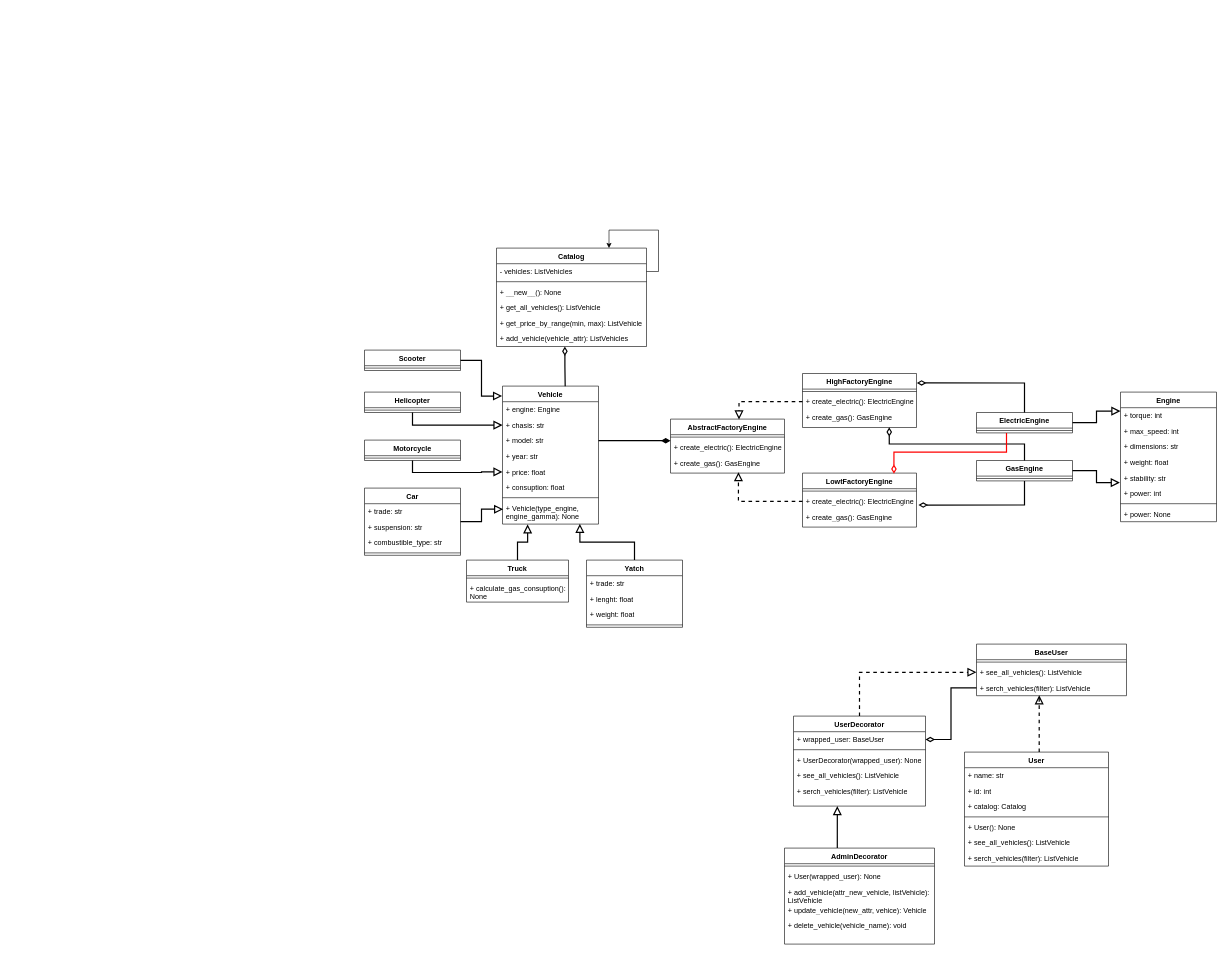
YoshiK13/UD_Classes keeps this draw.io diagram as Software Design/Workshops/Workshop 3/SD_Workshop_3.drawio. Above is the earlier version. Source tidied: cells renumbered, new cells numbered last; positions are measured from the earlier drawing's top-left corner, leaving out a move shared by most shapes. Both pictures are drawn from the tidied source at 60%, with x=0, y=0 at pixel (364, 230).
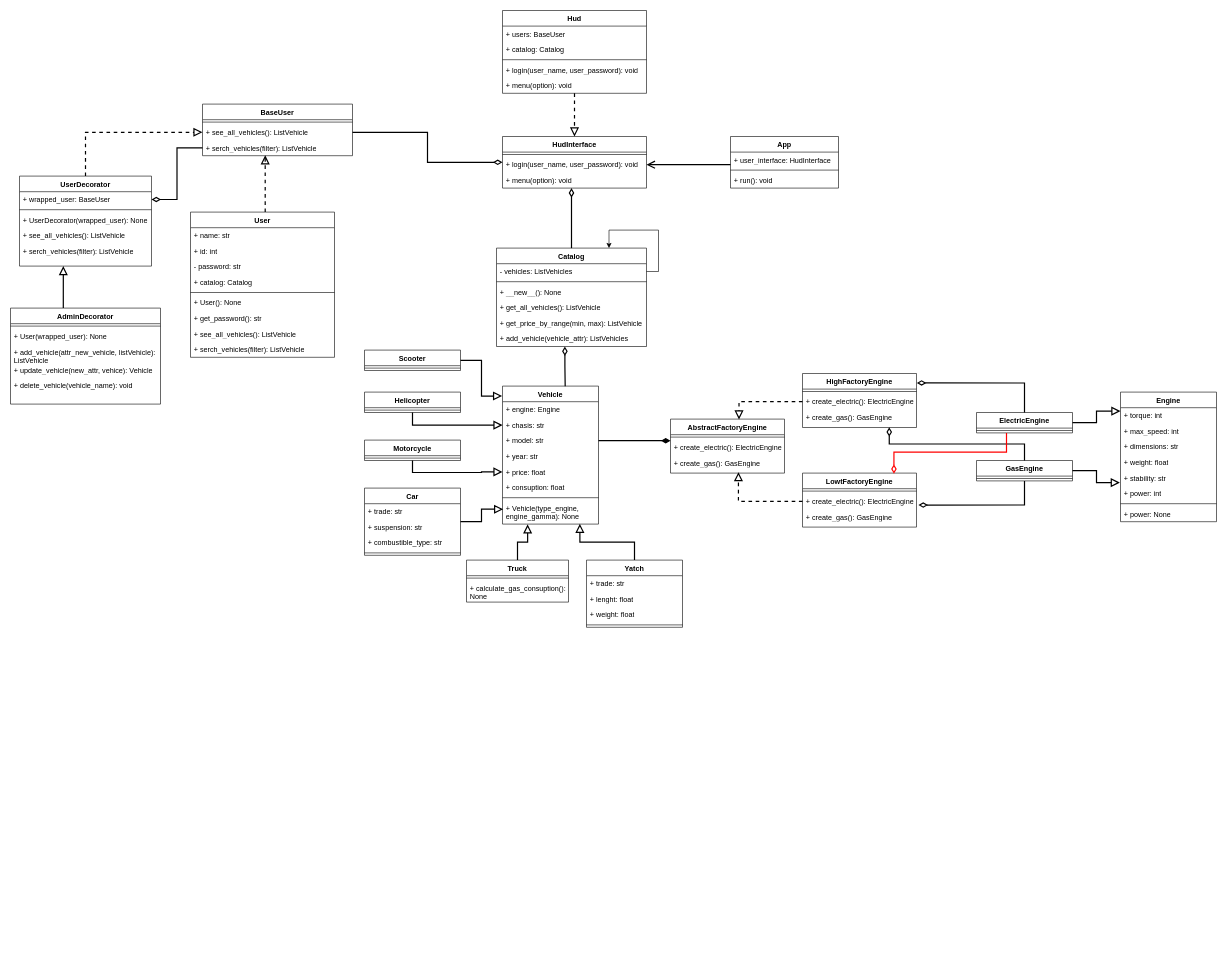
Above is the later version.

The change refers to these unchanged cells:
```xml
<mxCell id="70" value="Catalog" style="swimlane;fontStyle=1;align=center;verticalAlign=top;horizontal=1;startSize=26;whiteSpace=wrap;html=1;" parent="1" vertex="1">
  <mxGeometry x="220" y="30" width="250" height="164" as="geometry" />
</mxCell>
<mxCell id="92" value="+ serch_vehicles(filter): ListVehicle" style="text;strokeColor=none;fillColor=none;align=left;verticalAlign=top;spacingLeft=4;spacingRight=4;overflow=hidden;points=[[0,0.5],[1,0.5]];portConstraint=eastwest;whiteSpace=wrap;html=1;" parent="87" vertex="1">
  <mxGeometry y="112" width="220" height="38" as="geometry" />
</mxCell>
<mxCell id="101" value="+ see_all_vehicles(): ListVehicle" style="text;strokeColor=none;fillColor=none;align=left;verticalAlign=top;spacingLeft=4;spacingRight=4;overflow=hidden;points=[[0,0.5],[1,0.5]];portConstraint=eastwest;whiteSpace=wrap;html=1;" parent="99" vertex="1">
  <mxGeometry y="34" width="250" height="26" as="geometry" />
</mxCell>
<mxCell id="102" value="+ serch_vehicles(filter): ListVehicle" style="text;strokeColor=none;fillColor=none;align=left;verticalAlign=top;spacingLeft=4;spacingRight=4;overflow=hidden;points=[[0,0.5],[1,0.5]];portConstraint=eastwest;whiteSpace=wrap;html=1;" parent="99" vertex="1">
  <mxGeometry y="60" width="250" height="26" as="geometry" />
</mxCell>
```

The edit, as a diff of the source:
```diff
@@
     <mxCell id="78" value="User" style="swimlane;fontStyle=1;align=center;verticalAlign=top;horizontal=1;startSize=26;whiteSpace=wrap;html=1;" parent="1" vertex="1">
-      <mxGeometry x="1000" y="870" width="240" height="190" as="geometry" />
+      <mxGeometry x="-290" y="-30" width="240" height="242" as="geometry" />
     </mxCell>
@@
+    <mxCell id="107" value="- password: str" style="text;strokeColor=none;fillColor=none;align=left;verticalAlign=top;spacingLeft=4;spacingRight=4;overflow=hidden;whiteSpace=wrap;html=1;" parent="78" vertex="1">
+      <mxGeometry y="78" width="240" height="26" as="geometry" />
+    </mxCell>
     <mxCell id="81" value="+ catalog: Catalog" style="text;strokeColor=none;fillColor=none;align=left;verticalAlign=top;spacingLeft=4;spacingRight=4;overflow=hidden;whiteSpace=wrap;html=1;" parent="78" vertex="1">
-      <mxGeometry y="78" width="240" height="26" as="geometry" />
+      <mxGeometry y="104" width="240" height="26" as="geometry" />
     </mxCell>
     <mxCell id="82" style="line;strokeWidth=1;fillColor=none;align=left;verticalAlign=middle;spacingTop=-1;spacingLeft=3;spacingRight=3;labelPosition=right;strokeColor=inherit;" parent="78" vertex="1">
-      <mxGeometry y="104" width="240" height="8" as="geometry" />
+      <mxGeometry y="130" width="240" height="8" as="geometry" />
     </mxCell>
     <mxCell id="83" value="+ User(): None" style="text;strokeColor=none;fillColor=none;align=left;verticalAlign=top;spacingLeft=4;spacingRight=4;overflow=hidden;whiteSpace=wrap;html=1;" parent="78" vertex="1">
-      <mxGeometry y="112" width="240" height="26" as="geometry" />
+      <mxGeometry y="138" width="240" height="26" as="geometry" />
     </mxCell>
+    <mxCell id="108" value="+ get_password(): str" style="text;strokeColor=none;fillColor=none;align=left;verticalAlign=top;spacingLeft=4;spacingRight=4;overflow=hidden;whiteSpace=wrap;html=1;" parent="78" vertex="1">
+      <mxGeometry y="164" width="240" height="26" as="geometry" />
+    </mxCell>
     <mxCell id="84" value="+ see_all_vehicles(): ListVehicle" style="text;strokeColor=none;fillColor=none;align=left;verticalAlign=top;spacingLeft=4;spacingRight=4;overflow=hidden;whiteSpace=wrap;html=1;" parent="78" vertex="1">
-      <mxGeometry y="138" width="240" height="26" as="geometry" />
+      <mxGeometry y="190" width="240" height="26" as="geometry" />
     </mxCell>
     <mxCell id="85" value="+ serch_vehicles(filter): ListVehicle" style="text;strokeColor=none;fillColor=none;align=left;verticalAlign=top;spacingLeft=4;spacingRight=4;overflow=hidden;whiteSpace=wrap;html=1;" parent="78" vertex="1">
-      <mxGeometry y="164" width="240" height="26" as="geometry" />
+      <mxGeometry y="216" width="240" height="26" as="geometry" />
     </mxCell>
@@
     <mxCell id="87" value="UserDecorator" style="swimlane;fontStyle=1;align=center;verticalAlign=top;horizontal=1;startSize=26;whiteSpace=wrap;html=1;" parent="1" vertex="1">
-      <mxGeometry x="715" y="810" width="220" height="150" as="geometry" />
+      <mxGeometry x="-575" y="-90" width="220" height="150" as="geometry" />
     </mxCell>
@@
     <mxCell id="93" value="AdminDecorator" style="swimlane;fontStyle=1;align=center;verticalAlign=top;horizontal=1;startSize=26;whiteSpace=wrap;html=1;" parent="1" vertex="1">
-      <mxGeometry x="700" y="1030" width="250" height="160" as="geometry" />
+      <mxGeometry x="-590" y="130" width="250" height="160" as="geometry" />
     </mxCell>
@@
     <mxCell id="99" value="BaseUser" style="swimlane;fontStyle=1;align=center;verticalAlign=top;horizontal=1;startSize=26;whiteSpace=wrap;html=1;" parent="1" vertex="1">
-      <mxGeometry x="1020" y="690" width="250" height="86" as="geometry" />
+      <mxGeometry x="-270" y="-210" width="250" height="86" as="geometry" />
     </mxCell>
@@
     <mxCell id="104" style="edgeStyle=orthogonalEdgeStyle;rounded=0;jettySize=auto;html=1;entryX=0.418;entryY=0.973;entryDx=0;entryDy=0;entryPerimeter=0;strokeWidth=2;endSize=10;startSize=10;endArrow=block;endFill=0;dashed=1;" parent="1" edge="1" source="78" target="102">
       <mxGeometry relative="1" as="geometry">
         <Array as="points">
-          <mxPoint x="1125" y="777" />
+          <mxPoint x="-165" y="-123" />
         </Array>
       </mxGeometry>
     </mxCell>
     <mxCell id="105" style="edgeStyle=orthogonalEdgeStyle;rounded=0;jettySize=auto;html=1;entryX=0.332;entryY=1;entryDx=0;entryDy=0;entryPerimeter=0;strokeWidth=2;endSize=10;startSize=10;endArrow=block;endFill=0;" parent="1" edge="1" source="93" target="92">
       <mxGeometry relative="1" as="geometry">
         <Array as="points">
-          <mxPoint x="788" y="1010" />
-          <mxPoint x="788" y="1010" />
+          <mxPoint x="-502" y="110" />
+          <mxPoint x="-502" y="110" />
         </Array>
       </mxGeometry>
     </mxCell>
@@
+    <mxCell id="109" style="edgeStyle=orthogonalEdgeStyle;rounded=0;jettySize=auto;html=1;entryX=1;entryY=0.5;entryDx=0;entryDy=0;strokeWidth=2;endSize=10;startSize=10;endArrow=none;endFill=0;startArrow=diamondThin;startFill=0;" parent="1" edge="1" source="111" target="101">
+      <mxGeometry relative="1" as="geometry" />
+    </mxCell>
+    <mxCell id="110" style="edgeStyle=orthogonalEdgeStyle;rounded=0;jettySize=auto;html=1;endArrow=none;endFill=0;strokeWidth=2;endSize=10;startSize=10;startArrow=diamondThin;startFill=0;" parent="1" edge="1" source="111" target="70">
+      <mxGeometry relative="1" as="geometry">
+        <Array as="points">
+          <mxPoint x="345" y="-40" />
+          <mxPoint x="345" y="-40" />
+        </Array>
+      </mxGeometry>
+    </mxCell>
+    <mxCell id="111" value="HudInterface" style="swimlane;fontStyle=1;align=center;verticalAlign=top;horizontal=1;startSize=26;whiteSpace=wrap;html=1;" parent="1" vertex="1">
+      <mxGeometry x="230" y="-156" width="240" height="86" as="geometry" />
+    </mxCell>
+    <mxCell id="112" style="line;strokeWidth=1;fillColor=none;align=left;verticalAlign=middle;spacingTop=-1;spacingLeft=3;spacingRight=3;labelPosition=right;strokeColor=inherit;" parent="111" vertex="1">
+      <mxGeometry y="26" width="240" height="8" as="geometry" />
+    </mxCell>
+    <mxCell id="113" value="+ login(user_name, user_password): void" style="text;strokeColor=none;fillColor=none;align=left;verticalAlign=top;spacingLeft=4;spacingRight=4;overflow=hidden;points=[[0,0.5],[1,0.5]];portConstraint=eastwest;whiteSpace=wrap;html=1;" parent="111" vertex="1">
+      <mxGeometry y="34" width="240" height="26" as="geometry" />
+    </mxCell>
+    <mxCell id="114" value="+ menu(option): void" style="text;strokeColor=none;fillColor=none;align=left;verticalAlign=top;spacingLeft=4;spacingRight=4;overflow=hidden;whiteSpace=wrap;html=1;" parent="111" vertex="1">
+      <mxGeometry y="60" width="240" height="26" as="geometry" />
+    </mxCell>
+    <mxCell id="115" style="edgeStyle=orthogonalEdgeStyle;rounded=0;jettySize=auto;html=1;entryX=0.5;entryY=0;entryDx=0;entryDy=0;strokeWidth=2;endSize=10;startSize=10;dashed=1;endArrow=block;endFill=0;" parent="1" edge="1" source="116" target="111">
+      <mxGeometry relative="1" as="geometry" />
+    </mxCell>
+    <mxCell id="116" value="Hud" style="swimlane;fontStyle=1;align=center;verticalAlign=top;horizontal=1;startSize=26;whiteSpace=wrap;html=1;" parent="1" vertex="1">
+      <mxGeometry x="230" y="-366" width="240" height="138" as="geometry" />
+    </mxCell>
+    <mxCell id="117" value="+ users: BaseUser" style="text;strokeColor=none;fillColor=none;align=left;verticalAlign=top;spacingLeft=4;spacingRight=4;overflow=hidden;whiteSpace=wrap;html=1;" parent="116" vertex="1">
+      <mxGeometry y="26" width="240" height="26" as="geometry" />
+    </mxCell>
+    <mxCell id="118" value="+ catalog: Catalog" style="text;strokeColor=none;fillColor=none;align=left;verticalAlign=top;spacingLeft=4;spacingRight=4;overflow=hidden;whiteSpace=wrap;html=1;" parent="116" vertex="1">
+      <mxGeometry y="52" width="240" height="26" as="geometry" />
+    </mxCell>
+    <mxCell id="119" style="line;strokeWidth=1;fillColor=none;align=left;verticalAlign=middle;spacingTop=-1;spacingLeft=3;spacingRight=3;labelPosition=right;strokeColor=inherit;" parent="116" vertex="1">
+      <mxGeometry y="78" width="240" height="8" as="geometry" />
+    </mxCell>
+    <mxCell id="120" value="+ login(user_name, user_password): void" style="text;strokeColor=none;fillColor=none;align=left;verticalAlign=top;spacingLeft=4;spacingRight=4;overflow=hidden;whiteSpace=wrap;html=1;" parent="116" vertex="1">
+      <mxGeometry y="86" width="240" height="26" as="geometry" />
+    </mxCell>
+    <mxCell id="121" value="+ menu(option): void" style="text;strokeColor=none;fillColor=none;align=left;verticalAlign=top;spacingLeft=4;spacingRight=4;overflow=hidden;whiteSpace=wrap;html=1;" parent="116" vertex="1">
+      <mxGeometry y="112" width="240" height="26" as="geometry" />
+    </mxCell>
+    <mxCell id="122" style="edgeStyle=orthogonalEdgeStyle;rounded=0;jettySize=auto;html=1;strokeWidth=2;endSize=10;startSize=10;endArrow=open;endFill=0;" parent="1" edge="1" source="123" target="113">
+      <mxGeometry relative="1" as="geometry">
+        <Array as="points">
+          <mxPoint x="570" y="-109" />
+          <mxPoint x="570" y="-109" />
+        </Array>
+      </mxGeometry>
+    </mxCell>
+    <mxCell id="123" value="App" style="swimlane;fontStyle=1;align=center;verticalAlign=top;horizontal=1;startSize=26;whiteSpace=wrap;html=1;" parent="1" vertex="1">
+      <mxGeometry x="610" y="-156" width="180" height="86" as="geometry" />
+    </mxCell>
+    <mxCell id="124" value="+ user_interface: HudInterface" style="text;strokeColor=none;fillColor=none;align=left;verticalAlign=top;spacingLeft=4;spacingRight=4;overflow=hidden;whiteSpace=wrap;html=1;" parent="123" vertex="1">
+      <mxGeometry y="26" width="180" height="26" as="geometry" />
+    </mxCell>
+    <mxCell id="125" style="line;strokeWidth=1;fillColor=none;align=left;verticalAlign=middle;spacingTop=-1;spacingLeft=3;spacingRight=3;labelPosition=right;strokeColor=inherit;" parent="123" vertex="1">
+      <mxGeometry y="52" width="180" height="8" as="geometry" />
+    </mxCell>
+    <mxCell id="126" value="+ run(): void" style="text;strokeColor=none;fillColor=none;align=left;verticalAlign=top;spacingLeft=4;spacingRight=4;overflow=hidden;whiteSpace=wrap;html=1;" parent="123" vertex="1">
+      <mxGeometry y="60" width="180" height="26" as="geometry" />
+    </mxCell>
```
